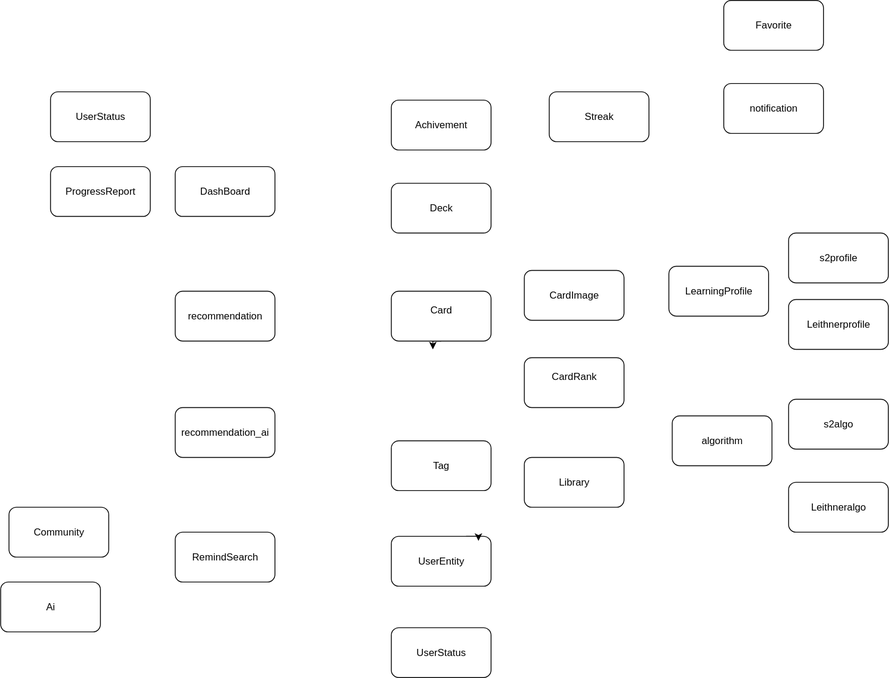
Earlier version of the draw.io export thirdtool.drawio.svg (Third-tool/third-tool-backend). Source tidied: cells renumbered, new cells last; positions are measured from the earlier drawing's top-left corner, leaving out a move shared by most shapes.
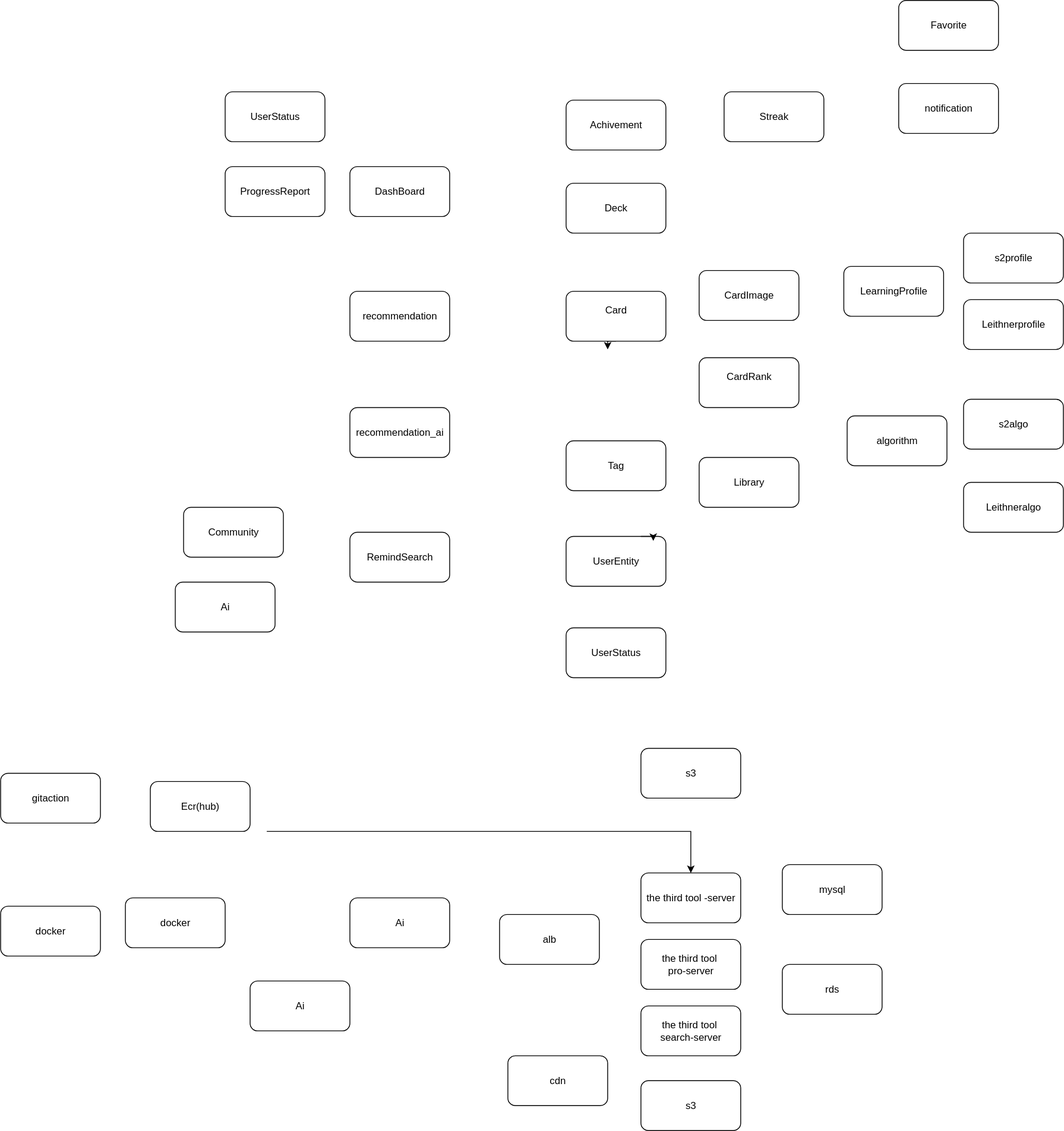
Later version of the same file.

Diff of the diagram source:
```diff
@@ -91,5 +91,55 @@
     <mxCell id="30" style="edgeStyle=orthogonalEdgeStyle;rounded=0;orthogonalLoop=1;jettySize=auto;html=1;exitX=0.5;exitY=1;exitDx=0;exitDy=0;" parent="1" edge="1" source="29" target="29">
       <mxGeometry relative="1" as="geometry" />
     </mxCell>
+    <mxCell id="31" style="edgeStyle=orthogonalEdgeStyle;rounded=0;jettySize=auto;html=1;" parent="1" edge="1" target="42">
+      <mxGeometry relative="1" as="geometry">
+        <mxPoint x="110" y="1000" as="sourcePoint" />
+      </mxGeometry>
+    </mxCell>
+    <mxCell id="32" value="Ecr(hub)" style="rounded=1;whiteSpace=wrap;html=1;" parent="1" vertex="1">
+      <mxGeometry x="-30" y="940" width="120" height="60" as="geometry" />
+    </mxCell>
+    <mxCell id="33" value="gitaction" style="rounded=1;whiteSpace=wrap;html=1;" parent="1" vertex="1">
+      <mxGeometry x="-210" y="930" width="120" height="60" as="geometry" />
+    </mxCell>
+    <mxCell id="34" value="docker" style="rounded=1;whiteSpace=wrap;html=1;" parent="1" vertex="1">
+      <mxGeometry x="-210" y="1090" width="120" height="60" as="geometry" />
+    </mxCell>
+    <mxCell id="35" value="rds" style="rounded=1;whiteSpace=wrap;html=1;" parent="1" vertex="1">
+      <mxGeometry x="730" y="1160" width="120" height="60" as="geometry" />
+    </mxCell>
+    <mxCell id="36" value="Ai" style="rounded=1;whiteSpace=wrap;html=1;" parent="1" vertex="1">
+      <mxGeometry x="90" y="1180" width="120" height="60" as="geometry" />
+    </mxCell>
+    <mxCell id="37" value="Ai" style="rounded=1;whiteSpace=wrap;html=1;" parent="1" vertex="1">
+      <mxGeometry x="210" y="1080" width="120" height="60" as="geometry" />
+    </mxCell>
+    <mxCell id="38" value="s3" style="rounded=1;whiteSpace=wrap;html=1;" parent="1" vertex="1">
+      <mxGeometry x="560" y="1300" width="120" height="60" as="geometry" />
+    </mxCell>
+    <mxCell id="39" value="cdn" style="rounded=1;whiteSpace=wrap;html=1;" parent="1" vertex="1">
+      <mxGeometry x="400" y="1270" width="120" height="60" as="geometry" />
+    </mxCell>
+    <mxCell id="40" value="alb" style="rounded=1;whiteSpace=wrap;html=1;" parent="1" vertex="1">
+      <mxGeometry x="390" y="1100" width="120" height="60" as="geometry" />
+    </mxCell>
+    <mxCell id="41" value="mysql" style="rounded=1;whiteSpace=wrap;html=1;" parent="1" vertex="1">
+      <mxGeometry x="730" y="1040" width="120" height="60" as="geometry" />
+    </mxCell>
+    <mxCell id="42" value="the third tool -server" style="rounded=1;whiteSpace=wrap;html=1;" parent="1" vertex="1">
+      <mxGeometry x="560" y="1050" width="120" height="60" as="geometry" />
+    </mxCell>
+    <mxCell id="43" value="s3" style="rounded=1;whiteSpace=wrap;html=1;" parent="1" vertex="1">
+      <mxGeometry x="560" y="900" width="120" height="60" as="geometry" />
+    </mxCell>
+    <mxCell id="44" value="the third tool&amp;nbsp;&lt;div&gt;pro-server&lt;/div&gt;" style="rounded=1;whiteSpace=wrap;html=1;" parent="1" vertex="1">
+      <mxGeometry x="560" y="1130" width="120" height="60" as="geometry" />
+    </mxCell>
+    <mxCell id="45" value="the third tool&amp;nbsp;&lt;div&gt;search-server&lt;/div&gt;" style="rounded=1;whiteSpace=wrap;html=1;" parent="1" vertex="1">
+      <mxGeometry x="560" y="1210" width="120" height="60" as="geometry" />
+    </mxCell>
+    <mxCell id="46" value="docker" style="rounded=1;whiteSpace=wrap;html=1;" parent="1" vertex="1">
+      <mxGeometry x="-60" y="1080" width="120" height="60" as="geometry" />
+    </mxCell>
   </root>
 </mxGraphModel>
```
